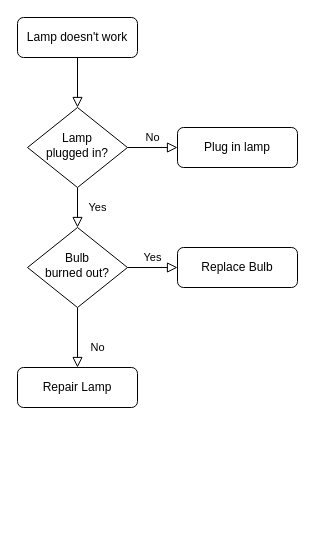
Above: dauber/test-flowchart.drawio in wt-python/hello-world (draw.io), before the change. Source tidied: cells renumbered, new cells numbered last; positions are measured from the earlier drawing's top-left corner, leaving out a move shared by most shapes. Both pictures are drawn from the tidied source at 100%, with x=0, y=0 at pixel (17, 17).
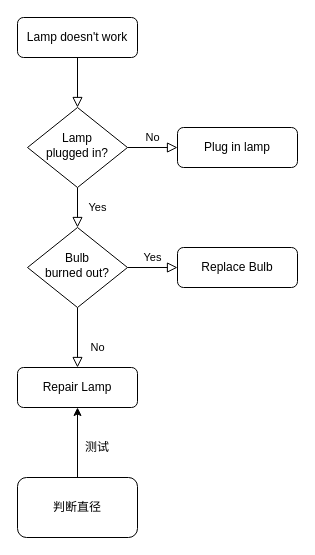
Above is the later version.

Diff of the diagram source:
```diff
@@
 <mxGraphModel>
   <root>
     <mxCell id="0" />
     <mxCell id="1" parent="0" />
     <mxCell id="2" style="rounded=0;html=1;jettySize=auto;fontSize=11;endArrow=block;endFill=0;endSize=8;strokeWidth=1;shadow=0;labelBackgroundColor=none;edgeStyle=orthogonalEdgeStyle;" parent="1" edge="1" source="3" target="6">
       <mxGeometry relative="1" as="geometry" />
     </mxCell>
     <mxCell id="3" value="Lamp doesn't work" style="rounded=1;whiteSpace=wrap;html=1;fontSize=12;glass=0;strokeWidth=1;shadow=0;" parent="1" vertex="1">
       <mxGeometry width="120" height="40" as="geometry" />
     </mxCell>
     <mxCell id="4" value="Yes" style="rounded=0;html=1;jettySize=auto;fontSize=11;endArrow=block;endFill=0;endSize=8;strokeWidth=1;shadow=0;labelBackgroundColor=none;edgeStyle=orthogonalEdgeStyle;" parent="1" edge="1" source="6" target="10">
       <mxGeometry y="20" relative="1" as="geometry" />
     </mxCell>
     <mxCell id="5" value="No" style="edgeStyle=orthogonalEdgeStyle;rounded=0;html=1;jettySize=auto;fontSize=11;endArrow=block;endFill=0;endSize=8;strokeWidth=1;shadow=0;labelBackgroundColor=none;" parent="1" edge="1" source="6" target="7">
       <mxGeometry y="10" relative="1" as="geometry" />
     </mxCell>
     <mxCell id="6" value="Lamp&lt;br&gt;plugged in?" style="rhombus;whiteSpace=wrap;html=1;shadow=0;fontFamily=Helvetica;fontSize=12;align=center;strokeWidth=1;spacing=6;spacingTop=-4;" parent="1" vertex="1">
       <mxGeometry x="10" y="90" width="100" height="80" as="geometry" />
     </mxCell>
     <mxCell id="7" value="Plug in lamp" style="rounded=1;whiteSpace=wrap;html=1;fontSize=12;glass=0;strokeWidth=1;shadow=0;" parent="1" vertex="1">
       <mxGeometry x="160" y="110" width="120" height="40" as="geometry" />
     </mxCell>
     <mxCell id="8" value="No" style="rounded=0;html=1;jettySize=auto;fontSize=11;endArrow=block;endFill=0;endSize=8;strokeWidth=1;shadow=0;labelBackgroundColor=none;edgeStyle=orthogonalEdgeStyle;" parent="1" edge="1" source="10" target="11">
       <mxGeometry x="0.33" y="20" relative="1" as="geometry" />
     </mxCell>
     <mxCell id="9" value="Yes" style="edgeStyle=orthogonalEdgeStyle;rounded=0;html=1;jettySize=auto;fontSize=11;endArrow=block;endFill=0;endSize=8;strokeWidth=1;shadow=0;labelBackgroundColor=none;" parent="1" edge="1" source="10" target="12">
       <mxGeometry y="10" relative="1" as="geometry" />
     </mxCell>
     <mxCell id="10" value="Bulb&lt;br&gt;burned out?" style="rhombus;whiteSpace=wrap;html=1;shadow=0;fontFamily=Helvetica;fontSize=12;align=center;strokeWidth=1;spacing=6;spacingTop=-4;" parent="1" vertex="1">
       <mxGeometry x="10" y="210" width="100" height="80" as="geometry" />
     </mxCell>
     <mxCell id="11" value="Repair Lamp" style="rounded=1;whiteSpace=wrap;html=1;fontSize=12;glass=0;strokeWidth=1;shadow=0;" parent="1" vertex="1">
       <mxGeometry y="350" width="120" height="40" as="geometry" />
     </mxCell>
     <mxCell id="12" value="Replace Bulb" style="rounded=1;whiteSpace=wrap;html=1;fontSize=12;glass=0;strokeWidth=1;shadow=0;" parent="1" vertex="1">
       <mxGeometry x="160" y="230" width="120" height="40" as="geometry" />
     </mxCell>
+    <mxCell id="13" style="edgeStyle=orthogonalEdgeStyle;rounded=0;jettySize=auto;html=1;entryX=0.5;entryY=1;entryDx=0;entryDy=0;" parent="1" edge="1" source="14" target="11">
+      <mxGeometry relative="1" as="geometry" />
+    </mxCell>
+    <mxCell id="14" value="&lt;div&gt;判断直径&lt;/div&gt;" style="rounded=1;whiteSpace=wrap;html=1;" parent="1" vertex="1">
+      <mxGeometry y="460" width="120" height="60" as="geometry" />
+    </mxCell>
+    <mxCell id="15" value="&lt;div&gt;测试&lt;/div&gt;" style="text;html=1;strokeColor=none;fillColor=none;align=center;verticalAlign=middle;whiteSpace=wrap;rounded=0;" parent="1" vertex="1">
+      <mxGeometry x="60" y="420" width="40" height="20" as="geometry" />
+    </mxCell>
   </root>
 </mxGraphModel>
```
